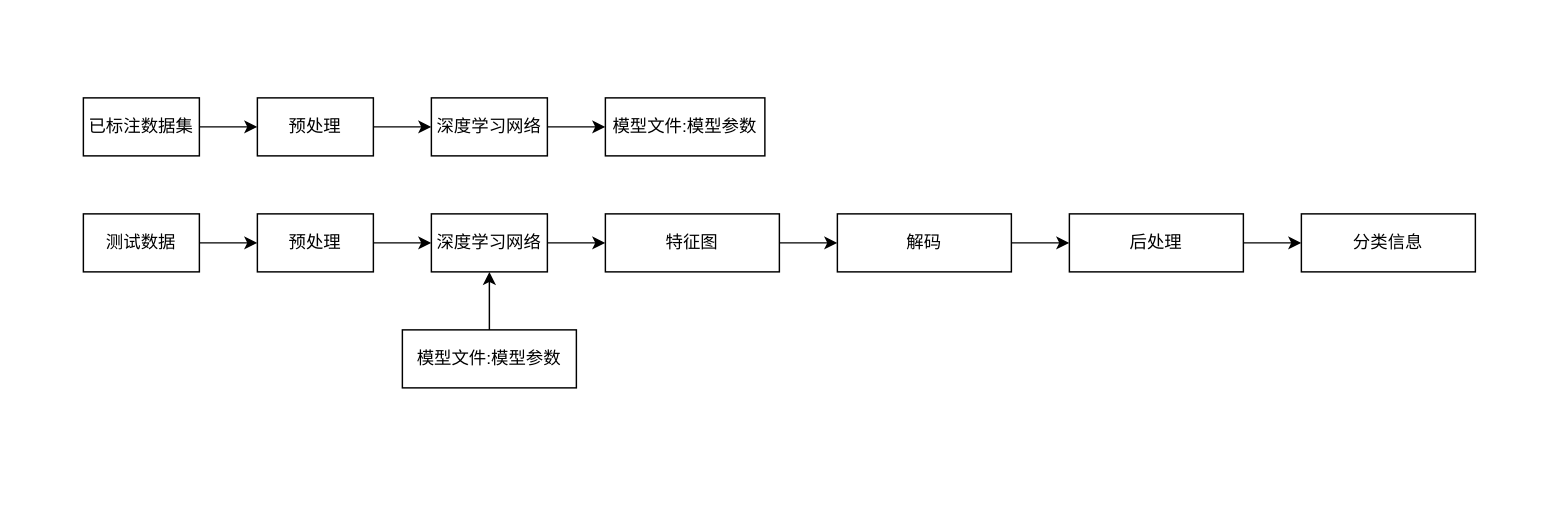
bugquella/diagrams keeps this draw.io diagram as lidar分类.drawio. Above is the earlier version. Source tidied: cells renumbered, new cells numbered last; positions are measured from the earlier drawing's top-left corner, leaving out a move shared by most shapes. Both pictures are drawn from the tidied source at 145%, with x=0, y=0 at pixel (83, 97).
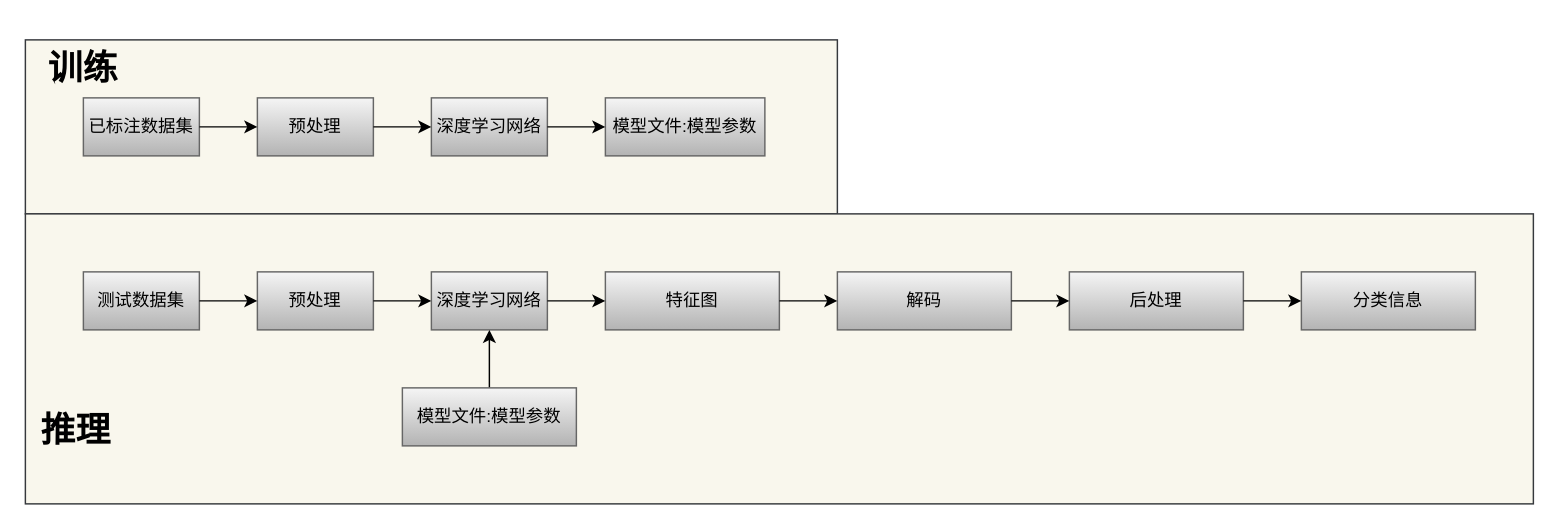
After the change.

Diff of the diagram source:
```diff
@@
+    <mxCell id="24" style="group;" parent="1" vertex="1">
+      <mxGeometry x="-40" y="-40" width="560" height="120" as="geometry" />
+    </mxCell>
+    <mxCell id="25" style="rounded=0;whiteSpace=wrap;html=1;fillColor=#f9f7ed;strokeColor=#36393d;" parent="24" vertex="1">
+      <mxGeometry width="560" height="120" as="geometry" />
+    </mxCell>
+    <mxCell id="3" value="已标注数据集" style="rounded=0;whiteSpace=wrap;html=1;gradientColor=#b3b3b3;fillColor=#f5f5f5;strokeColor=#666666;" parent="24" vertex="1">
+      <mxGeometry x="40" y="40" width="80" height="40" as="geometry" />
+    </mxCell>
+    <mxCell id="5" value="预处理" style="rounded=0;whiteSpace=wrap;html=1;gradientColor=#b3b3b3;fillColor=#f5f5f5;strokeColor=#666666;" parent="24" vertex="1">
+      <mxGeometry x="160" y="40" width="80" height="40" as="geometry" />
+    </mxCell>
-    <mxCell id="2" style="edgeStyle=orthogonalEdgeStyle;rounded=0;jettySize=auto;html=1;" parent="1" edge="1" source="3" target="5">
+    <mxCell id="2" style="edgeStyle=orthogonalEdgeStyle;rounded=0;jettySize=auto;html=1;" parent="24" edge="1" source="3" target="5">
       <mxGeometry relative="1" as="geometry" />
     </mxCell>
-    <mxCell id="3" value="已标注数据集" style="rounded=0;whiteSpace=wrap;html=1;" parent="1" vertex="1">
-      <mxGeometry width="80" height="40" as="geometry" />
-    </mxCell>
+    <mxCell id="7" value="深度学习网络" style="rounded=0;whiteSpace=wrap;html=1;gradientColor=#b3b3b3;fillColor=#f5f5f5;strokeColor=#666666;" parent="24" vertex="1">
+      <mxGeometry x="280" y="40" width="80" height="40" as="geometry" />
+    </mxCell>
-    <mxCell id="4" style="edgeStyle=orthogonalEdgeStyle;rounded=0;jettySize=auto;html=1;" parent="1" edge="1" source="5" target="7">
+    <mxCell id="4" style="edgeStyle=orthogonalEdgeStyle;rounded=0;jettySize=auto;html=1;" parent="24" edge="1" source="5" target="7">
       <mxGeometry relative="1" as="geometry" />
     </mxCell>
-    <mxCell id="5" value="预处理" style="rounded=0;whiteSpace=wrap;html=1;" parent="1" vertex="1">
-      <mxGeometry x="120" width="80" height="40" as="geometry" />
-    </mxCell>
+    <mxCell id="8" value="模型文件:模型参数" style="rounded=0;whiteSpace=wrap;html=1;gradientColor=#b3b3b3;fillColor=#f5f5f5;strokeColor=#666666;" parent="24" vertex="1">
+      <mxGeometry x="400" y="40" width="110" height="40" as="geometry" />
+    </mxCell>
-    <mxCell id="6" style="edgeStyle=orthogonalEdgeStyle;rounded=0;jettySize=auto;html=1;" parent="1" edge="1" source="7" target="8">
+    <mxCell id="6" style="edgeStyle=orthogonalEdgeStyle;rounded=0;jettySize=auto;html=1;" parent="24" edge="1" source="7" target="8">
       <mxGeometry relative="1" as="geometry" />
     </mxCell>
-    <mxCell id="7" value="深度学习网络" style="rounded=0;whiteSpace=wrap;html=1;" parent="1" vertex="1">
-      <mxGeometry x="240" width="80" height="40" as="geometry" />
-    </mxCell>
-    <mxCell id="8" value="模型文件:模型参数" style="rounded=0;whiteSpace=wrap;html=1;" parent="1" vertex="1">
-      <mxGeometry x="360" width="110" height="40" as="geometry" />
-    </mxCell>
+    <mxCell id="26" value="&lt;h1&gt;训练&lt;/h1&gt;" style="text;html=1;strokeColor=none;fillColor=none;align=center;verticalAlign=middle;whiteSpace=wrap;rounded=0;" parent="24" vertex="1">
+      <mxGeometry width="80" height="40" as="geometry" />
+    </mxCell>
+    <mxCell id="27" style="group;" parent="1" vertex="1">
+      <mxGeometry x="-40" y="80" width="1040" height="200" as="geometry" />
+    </mxCell>
+    <mxCell id="28" style="rounded=0;whiteSpace=wrap;html=1;fillColor=#f9f7ed;strokeColor=#36393d;" parent="27" vertex="1">
+      <mxGeometry width="1040" height="200" as="geometry" />
+    </mxCell>
+    <mxCell id="29" style="group;" parent="27" vertex="1">
+      <mxGeometry x="40" y="40" width="960" height="120" as="geometry" />
+    </mxCell>
+    <mxCell id="10" value="测试数据集" style="rounded=0;whiteSpace=wrap;html=1;gradientColor=#b3b3b3;fillColor=#f5f5f5;strokeColor=#666666;" parent="29" vertex="1">
+      <mxGeometry width="80" height="40" as="geometry" />
+    </mxCell>
+    <mxCell id="12" value="预处理" style="rounded=0;whiteSpace=wrap;html=1;gradientColor=#b3b3b3;fillColor=#f5f5f5;strokeColor=#666666;" parent="29" vertex="1">
+      <mxGeometry x="120" width="80" height="40" as="geometry" />
+    </mxCell>
-    <mxCell id="9" style="edgeStyle=orthogonalEdgeStyle;rounded=0;jettySize=auto;html=1;" parent="1" edge="1" source="10" target="12">
+    <mxCell id="9" style="edgeStyle=orthogonalEdgeStyle;rounded=0;jettySize=auto;html=1;" parent="29" edge="1" source="10" target="12">
       <mxGeometry relative="1" as="geometry" />
     </mxCell>
-    <mxCell id="10" value="测试数据" style="rounded=0;whiteSpace=wrap;html=1;" parent="1" vertex="1">
-      <mxGeometry y="80" width="80" height="40" as="geometry" />
-    </mxCell>
+    <mxCell id="14" value="深度学习网络" style="rounded=0;whiteSpace=wrap;html=1;gradientColor=#b3b3b3;fillColor=#f5f5f5;strokeColor=#666666;" parent="29" vertex="1">
+      <mxGeometry x="240" width="80" height="40" as="geometry" />
+    </mxCell>
-    <mxCell id="11" style="edgeStyle=orthogonalEdgeStyle;rounded=0;jettySize=auto;html=1;" parent="1" edge="1" source="12" target="14">
+    <mxCell id="11" style="edgeStyle=orthogonalEdgeStyle;rounded=0;jettySize=auto;html=1;" parent="29" edge="1" source="12" target="14">
       <mxGeometry relative="1" as="geometry" />
     </mxCell>
-    <mxCell id="12" value="预处理" style="rounded=0;whiteSpace=wrap;html=1;" parent="1" vertex="1">
-      <mxGeometry x="120" y="80" width="80" height="40" as="geometry" />
-    </mxCell>
-    <mxCell id="13" style="edgeStyle=orthogonalEdgeStyle;rounded=0;jettySize=auto;html=1;" parent="1" edge="1" source="14" target="18">
-      <mxGeometry relative="1" as="geometry" />
-    </mxCell>
-    <mxCell id="14" value="深度学习网络" style="rounded=0;whiteSpace=wrap;html=1;" parent="1" vertex="1">
-      <mxGeometry x="240" y="80" width="80" height="40" as="geometry" />
-    </mxCell>
-    <mxCell id="15" style="edgeStyle=orthogonalEdgeStyle;rounded=0;jettySize=auto;html=1;" parent="1" edge="1" source="16" target="14">
+    <mxCell id="15" style="edgeStyle=orthogonalEdgeStyle;rounded=0;jettySize=auto;html=1;" parent="29" edge="1" source="16" target="14">
       <mxGeometry relative="1" as="geometry" />
     </mxCell>
-    <mxCell id="16" value="模型文件:模型参数" style="rounded=0;whiteSpace=wrap;html=1;" parent="1" vertex="1">
-      <mxGeometry x="220" y="160" width="120" height="40" as="geometry" />
+    <mxCell id="16" value="模型文件:模型参数" style="rounded=0;whiteSpace=wrap;html=1;gradientColor=#b3b3b3;fillColor=#f5f5f5;strokeColor=#666666;" parent="29" vertex="1">
+      <mxGeometry x="220" y="80" width="120" height="40" as="geometry" />
     </mxCell>
+    <mxCell id="18" value="特征图" style="rounded=0;whiteSpace=wrap;html=1;gradientColor=#b3b3b3;fillColor=#f5f5f5;strokeColor=#666666;" parent="29" vertex="1">
+      <mxGeometry x="360" width="120" height="40" as="geometry" />
+    </mxCell>
+    <mxCell id="13" style="edgeStyle=orthogonalEdgeStyle;rounded=0;jettySize=auto;html=1;" parent="29" edge="1" source="14" target="18">
+      <mxGeometry relative="1" as="geometry" />
+    </mxCell>
+    <mxCell id="20" value="解码" style="rounded=0;whiteSpace=wrap;html=1;gradientColor=#b3b3b3;fillColor=#f5f5f5;strokeColor=#666666;" parent="29" vertex="1">
+      <mxGeometry x="520" width="120" height="40" as="geometry" />
+    </mxCell>
-    <mxCell id="17" style="edgeStyle=orthogonalEdgeStyle;rounded=0;jettySize=auto;html=1;" parent="1" edge="1" source="18" target="20">
+    <mxCell id="17" style="edgeStyle=orthogonalEdgeStyle;rounded=0;jettySize=auto;html=1;" parent="29" edge="1" source="18" target="20">
       <mxGeometry relative="1" as="geometry" />
     </mxCell>
-    <mxCell id="18" value="特征图" style="rounded=0;whiteSpace=wrap;html=1;" parent="1" vertex="1">
-      <mxGeometry x="360" y="80" width="120" height="40" as="geometry" />
-    </mxCell>
+    <mxCell id="22" value="后处理" style="rounded=0;whiteSpace=wrap;html=1;gradientColor=#b3b3b3;fillColor=#f5f5f5;strokeColor=#666666;" parent="29" vertex="1">
+      <mxGeometry x="680" width="120" height="40" as="geometry" />
+    </mxCell>
-    <mxCell id="19" style="edgeStyle=orthogonalEdgeStyle;rounded=0;jettySize=auto;html=1;" parent="1" edge="1" source="20" target="22">
+    <mxCell id="19" style="edgeStyle=orthogonalEdgeStyle;rounded=0;jettySize=auto;html=1;" parent="29" edge="1" source="20" target="22">
       <mxGeometry relative="1" as="geometry" />
     </mxCell>
-    <mxCell id="20" value="解码" style="rounded=0;whiteSpace=wrap;html=1;" parent="1" vertex="1">
-      <mxGeometry x="520" y="80" width="120" height="40" as="geometry" />
-    </mxCell>
+    <mxCell id="23" value="分类信息" style="rounded=0;whiteSpace=wrap;html=1;gradientColor=#b3b3b3;fillColor=#f5f5f5;strokeColor=#666666;" parent="29" vertex="1">
+      <mxGeometry x="840" width="120" height="40" as="geometry" />
+    </mxCell>
-    <mxCell id="21" style="edgeStyle=orthogonalEdgeStyle;rounded=0;jettySize=auto;html=1;" parent="1" edge="1" source="22" target="23">
+    <mxCell id="21" style="edgeStyle=orthogonalEdgeStyle;rounded=0;jettySize=auto;html=1;" parent="29" edge="1" source="22" target="23">
       <mxGeometry relative="1" as="geometry" />
     </mxCell>
-    <mxCell id="22" value="后处理" style="rounded=0;whiteSpace=wrap;html=1;" parent="1" vertex="1">
-      <mxGeometry x="680" y="80" width="120" height="40" as="geometry" />
-    </mxCell>
-    <mxCell id="23" value="分类信息" style="rounded=0;whiteSpace=wrap;html=1;" parent="1" vertex="1">
-      <mxGeometry x="840" y="80" width="120" height="40" as="geometry" />
-    </mxCell>
+    <mxCell id="30" value="&lt;h1&gt;推理&lt;/h1&gt;" style="text;html=1;strokeColor=none;fillColor=none;align=center;verticalAlign=middle;whiteSpace=wrap;rounded=0;" parent="27" vertex="1">
+      <mxGeometry y="140" width="70" height="20" as="geometry" />
+    </mxCell>
```
